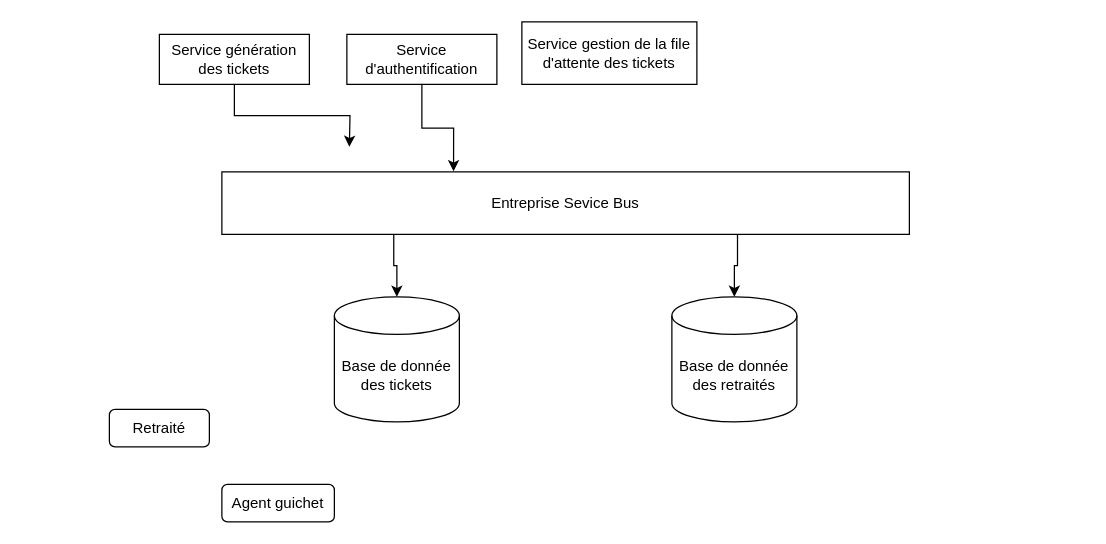
The draw.io diagram page "SOA" (9 of 9) of diagrams/Diagramme.drawio in rryyyymmmmmmmm/e-tickets_takaoudi, before the edit. Source tidied: cells renumbered, new cells numbered last; positions are measured from the earlier drawing's top-left corner, leaving out a move shared by most shapes. Both pictures are drawn from the tidied source at 125%, with x=0, y=0 at pixel (109, 21).
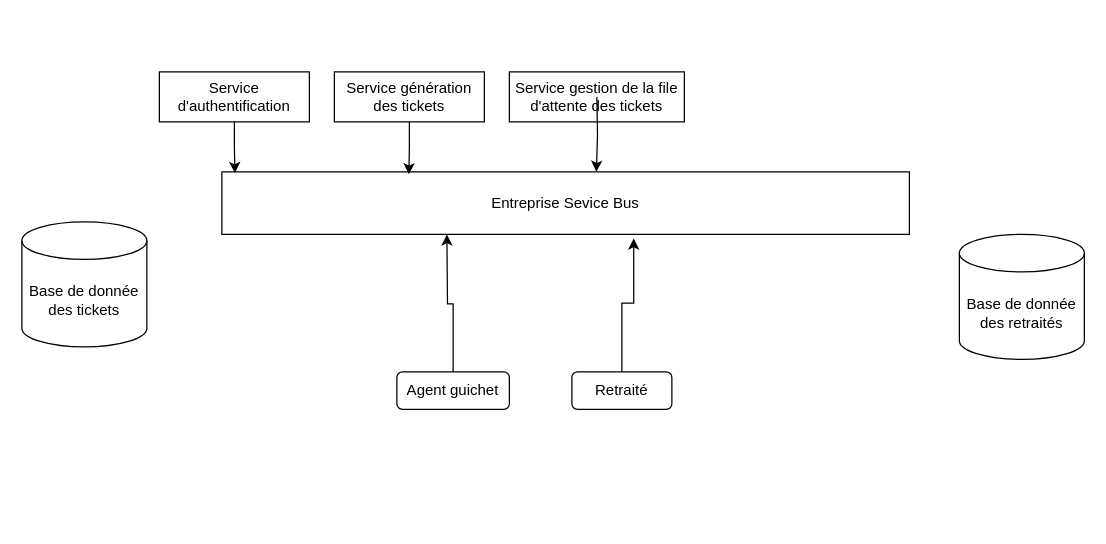
After the change.

Diff of the diagram source:
```diff
@@
 <mxGraphModel>
   <root>
     <mxCell id="0" />
     <mxCell id="1" parent="0" />
     <mxCell id="2" value="Service génération des tickets" style="rounded=0;whiteSpace=wrap;html=1;" parent="1" vertex="1">
-      <mxGeometry x="40" y="10" width="120" height="40" as="geometry" />
+      <mxGeometry x="180" y="40" width="120" height="40" as="geometry" />
     </mxCell>
     <mxCell id="3" value="Service d'authentification" style="rounded=0;whiteSpace=wrap;html=1;" parent="1" vertex="1">
-      <mxGeometry x="190" y="10" width="120" height="40" as="geometry" />
+      <mxGeometry x="40" y="40" width="120" height="40" as="geometry" />
     </mxCell>
-    <mxCell id="4" style="edgeStyle=orthogonalEdgeStyle;rounded=0;jettySize=auto;html=1;exitX=0.25;exitY=1;exitDx=0;exitDy=0;" parent="1" edge="1" source="5" target="8">
-      <mxGeometry relative="1" as="geometry" />
-    </mxCell>
     <mxCell id="5" value="Entreprise Sevice Bus" style="rounded=0;whiteSpace=wrap;html=1;" parent="1" vertex="1">
       <mxGeometry x="90" y="120" width="550" height="50" as="geometry" />
     </mxCell>
-    <mxCell id="6" style="edgeStyle=orthogonalEdgeStyle;rounded=0;jettySize=auto;html=1;exitX=0.5;exitY=1;exitDx=0;exitDy=0;" parent="1" edge="1" source="2">
-      <mxGeometry relative="1" as="geometry">
-        <mxPoint x="192" y="100" as="targetPoint" />
-      </mxGeometry>
-    </mxCell>
-    <mxCell id="7" style="edgeStyle=orthogonalEdgeStyle;rounded=0;jettySize=auto;html=1;exitX=0.5;exitY=1;exitDx=0;exitDy=0;entryX=0.337;entryY=-0.008;entryDx=0;entryDy=0;entryPerimeter=0;" parent="1" edge="1" source="3" target="5">
-      <mxGeometry relative="1" as="geometry" />
-    </mxCell>
     <mxCell id="8" value="Base de donnée des tickets" style="shape=cylinder3;whiteSpace=wrap;html=1;boundedLbl=1;backgroundOutline=1;size=15;" parent="1" vertex="1">
-      <mxGeometry x="180" y="220" width="100" height="100" as="geometry" />
+      <mxGeometry x="-70" y="160" width="100" height="100" as="geometry" />
     </mxCell>
     <mxCell id="9" value="Base de donnée des retraités" style="shape=cylinder3;whiteSpace=wrap;html=1;boundedLbl=1;backgroundOutline=1;size=15;" parent="1" vertex="1">
-      <mxGeometry x="450" y="220" width="100" height="100" as="geometry" />
+      <mxGeometry x="680" y="170" width="100" height="100" as="geometry" />
     </mxCell>
-    <mxCell id="10" style="edgeStyle=orthogonalEdgeStyle;rounded=0;jettySize=auto;html=1;exitX=0.75;exitY=1;exitDx=0;exitDy=0;entryX=0.5;entryY=0;entryDx=0;entryDy=0;entryPerimeter=0;" parent="1" edge="1" source="5" target="9">
-      <mxGeometry relative="1" as="geometry" />
-    </mxCell>
     <mxCell id="11" value="Service gestion de la file d'attente des tickets" style="rounded=0;whiteSpace=wrap;html=1;" parent="1" vertex="1">
-      <mxGeometry x="330" width="140" height="50" as="geometry" />
+      <mxGeometry x="320" y="40" width="140" height="40" as="geometry" />
     </mxCell>
     <mxCell id="12" value="Retraité" style="rounded=1;whiteSpace=wrap;html=1;" parent="1" vertex="1">
-      <mxGeometry y="310" width="80" height="30" as="geometry" />
+      <mxGeometry x="370" y="280" width="80" height="30" as="geometry" />
     </mxCell>
+    <mxCell id="14" style="edgeStyle=orthogonalEdgeStyle;rounded=0;jettySize=auto;html=1;exitX=0.5;exitY=0;exitDx=0;exitDy=0;entryX=0.3;entryY=1;entryDx=0;entryDy=0;entryPerimeter=0;" parent="1" edge="1" source="13">
+      <mxGeometry relative="1" as="geometry">
+        <mxPoint x="270" y="170" as="targetPoint" />
+      </mxGeometry>
+    </mxCell>
+    <mxCell id="15" style="edgeStyle=orthogonalEdgeStyle;rounded=0;jettySize=auto;html=1;exitX=0.5;exitY=0;exitDx=0;exitDy=0;entryX=0.599;entryY=1.064;entryDx=0;entryDy=0;entryPerimeter=0;" parent="1" edge="1" source="12" target="5">
+      <mxGeometry relative="1" as="geometry" />
+    </mxCell>
+    <mxCell id="7" style="edgeStyle=orthogonalEdgeStyle;rounded=0;jettySize=auto;html=1;exitX=0.5;exitY=1;exitDx=0;exitDy=0;entryX=0.019;entryY=0.02;entryDx=0;entryDy=0;entryPerimeter=0;" parent="1" edge="1" source="3" target="5">
+      <mxGeometry relative="1" as="geometry" />
+    </mxCell>
+    <mxCell id="16" style="edgeStyle=orthogonalEdgeStyle;rounded=0;jettySize=auto;html=1;exitX=0.5;exitY=1;exitDx=0;exitDy=0;entryX=0.272;entryY=0.04;entryDx=0;entryDy=0;entryPerimeter=0;" parent="1" edge="1" source="2" target="5">
+      <mxGeometry relative="1" as="geometry" />
+    </mxCell>
+    <mxCell id="17" style="edgeStyle=orthogonalEdgeStyle;rounded=0;orthogonalLoop=1;jettySize=auto;html=1;entryX=0.544;entryY=0.04;entryDx=0;entryDy=0;entryPerimeter=0;" parent="1" edge="1">
+      <mxGeometry relative="1" as="geometry">
+        <mxPoint x="390" y="60" as="sourcePoint" />
+        <mxPoint x="389.6" y="120" as="targetPoint" />
+      </mxGeometry>
+    </mxCell>
     <mxCell id="13" value="Agent guichet" style="rounded=1;whiteSpace=wrap;html=1;" parent="1" vertex="1">
-      <mxGeometry x="90" y="370" width="90" height="30" as="geometry" />
+      <mxGeometry x="230" y="280" width="90" height="30" as="geometry" />
     </mxCell>
   </root>
 </mxGraphModel>
```
